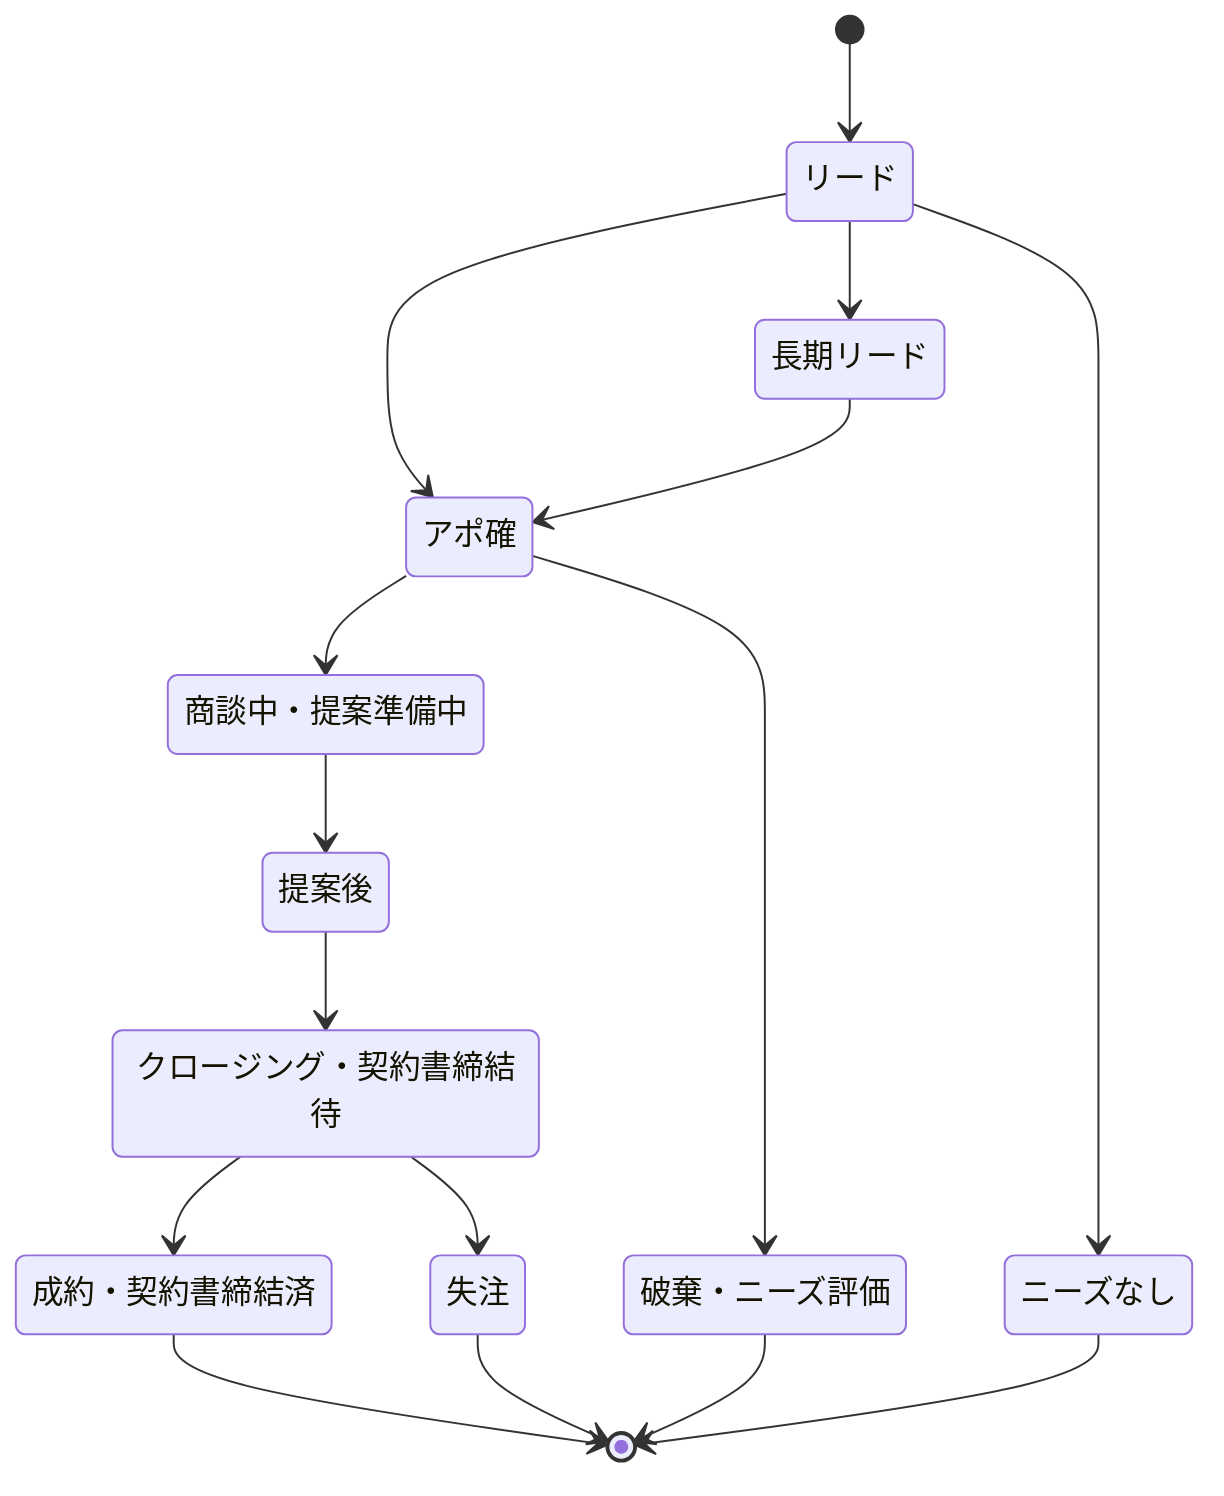
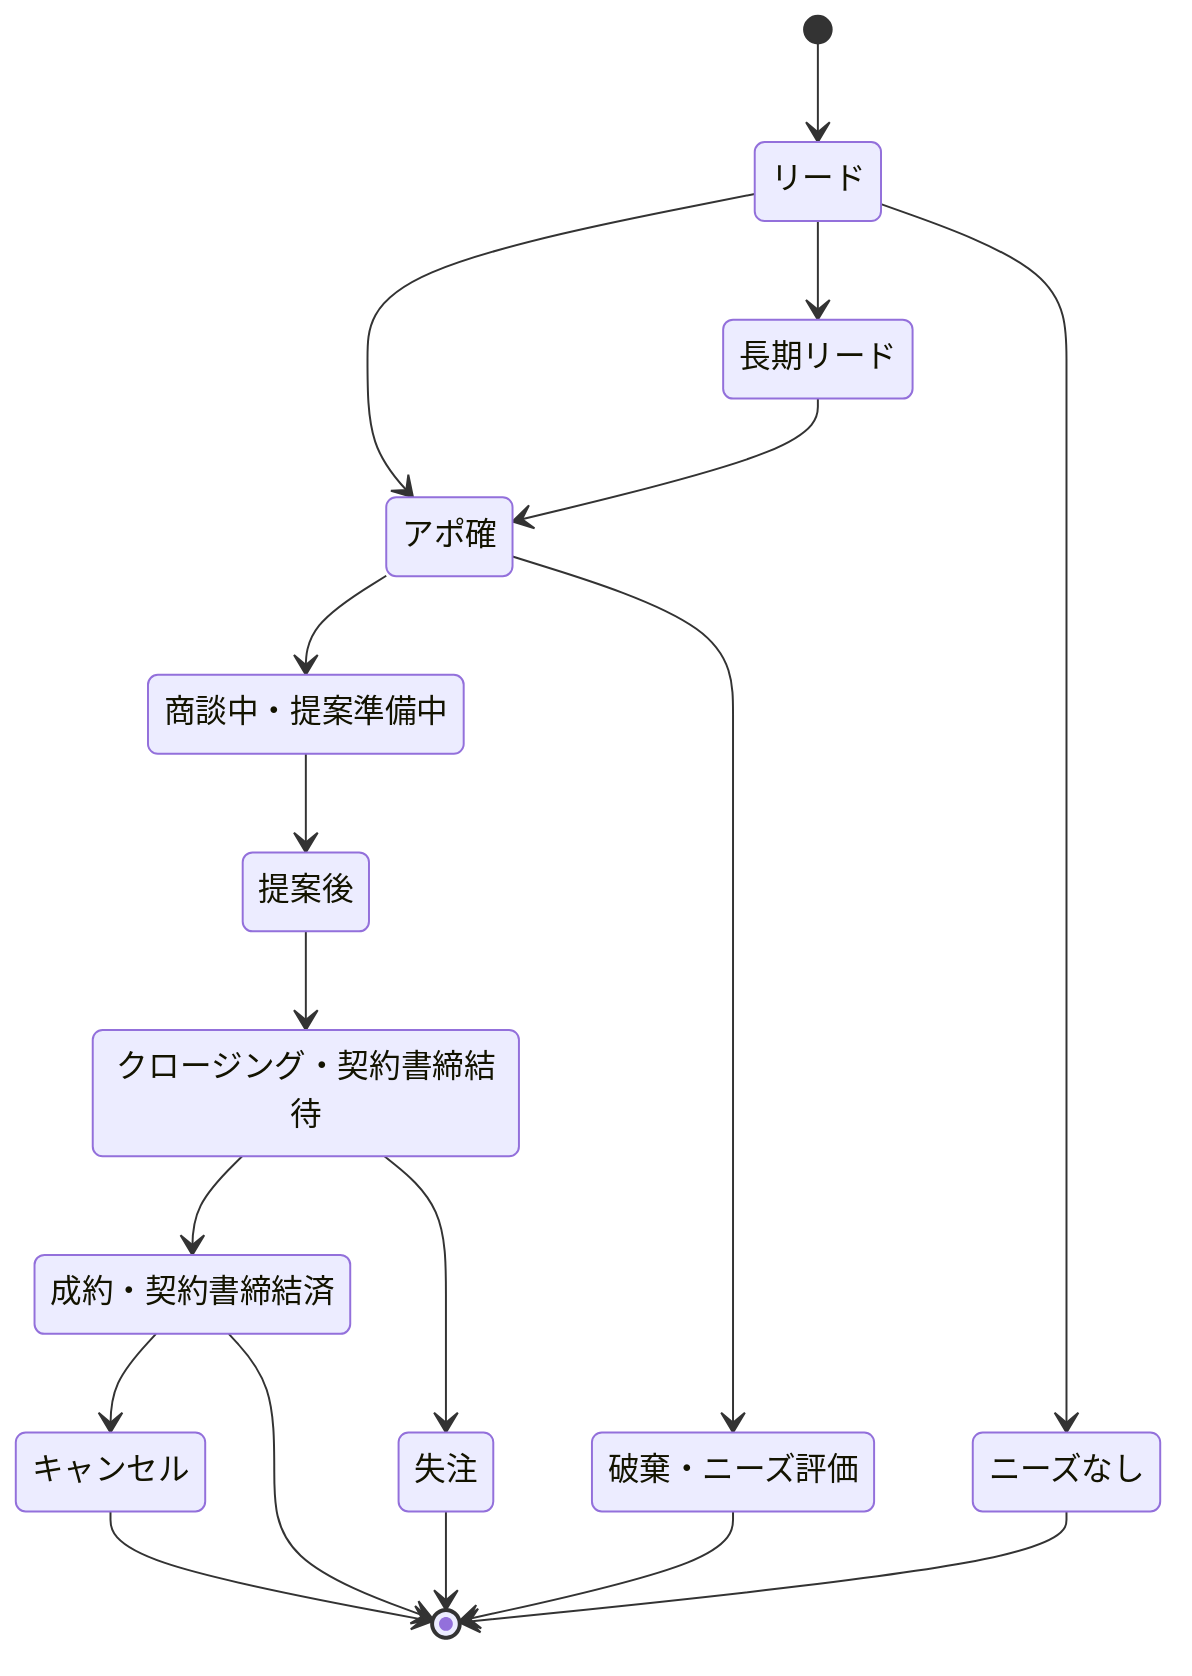
%% 案件ステータス — 販売パイプライン（HubSpot default / ポータル 45826066）
%% A-03確定: E-03/E-04 が追うのは販売パイプラインのみ。実体は10ステージ（「12」は近似）。
%%
%% id ↔ 表示ラベル ↔ HubSpot dealstage 内部値（結合キー・一情報一箇所）:
%%   lead     リード                 = appointmentscheduled
%%   apo      アポ確                 = qualifiedtobuy
%%   shodan   商談中/提案準備中       = decisionmakerboughtin
%%   teiango  提案後                 = 183346493
%%   closing  クロージング/契約書締結待 = 189978275
%%   won      成約/契約書締結済       = closedwon
%%   longlead 長期リード             = 183370302
%%   lost     失注                   = closedlost
%%   noneeds  ニーズなし             = 183400476
%%   haiki    破棄/ニーズ評価         = presentationscheduled
+ %%   cancel   キャンセル             = （v0.4.1追加・終端。契約後の取消含む）
%%
- %% 注: HubSpotは遷移を強制しないため、下の矢印は「UIが許可する遷移」の設計案（中田さん確認待ち）。
- %%     アクティブ全段階(apo〜closing)から lost へ遷移可。図では代表矢印のみ。
+ %% 注: HubSpotは遷移を強制しないため、下の矢印は「UIが許可する遷移」の設計案。
+ %%     アクティブ全段階(apo〜closing)から lost へ遷移可。cancel はアクティブ全段階＋won（契約後取消）から可。図では代表矢印のみ。
+ %%     終端の分岐（longlead/lost/noneeds/haiki/cancel）は営業ボードでは畳んで表示し、フィルタで棚卸し参照する。

stateDiagram-v2
    [*] --> lead

    lead: リード
    apo: アポ確
    shodan: 商談中・提案準備中
    teiango: 提案後
    closing: クロージング・契約書締結待
    won: 成約・契約書締結済
    longlead: 長期リード
    lost: 失注
    noneeds: ニーズなし
    haiki: 破棄・ニーズ評価
+     cancel: キャンセル

    lead --> apo
    lead --> longlead
    lead --> noneeds
    apo --> shodan
    apo --> haiki
    shodan --> teiango
    teiango --> closing
    closing --> won
    closing --> lost
    longlead --> apo
+     won --> cancel

    won --> [*]
    lost --> [*]
    noneeds --> [*]
    haiki --> [*]
+     cancel --> [*]
